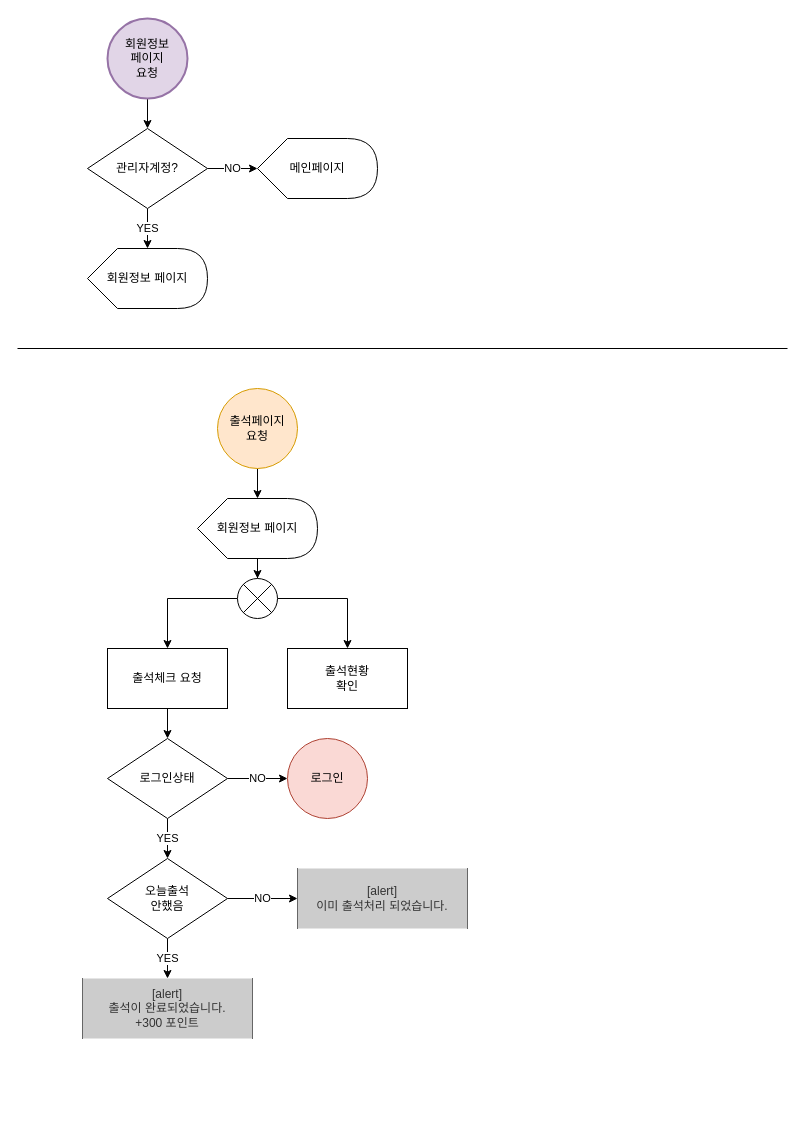
hjkim27/TEAM_Project keeps this draw.io diagram as page "회원관리/출석체크" (6 of 8) of 설계/데이터흐름도/회원 flowchart(혜진).drawio. Above is the earlier version. Source tidied: cells renumbered, new cells numbered last; positions are measured from the earlier drawing's top-left corner, leaving out a move shared by most shapes. Both pictures are drawn from the tidied source at 100%, with x=0, y=0 at pixel (17, 18).
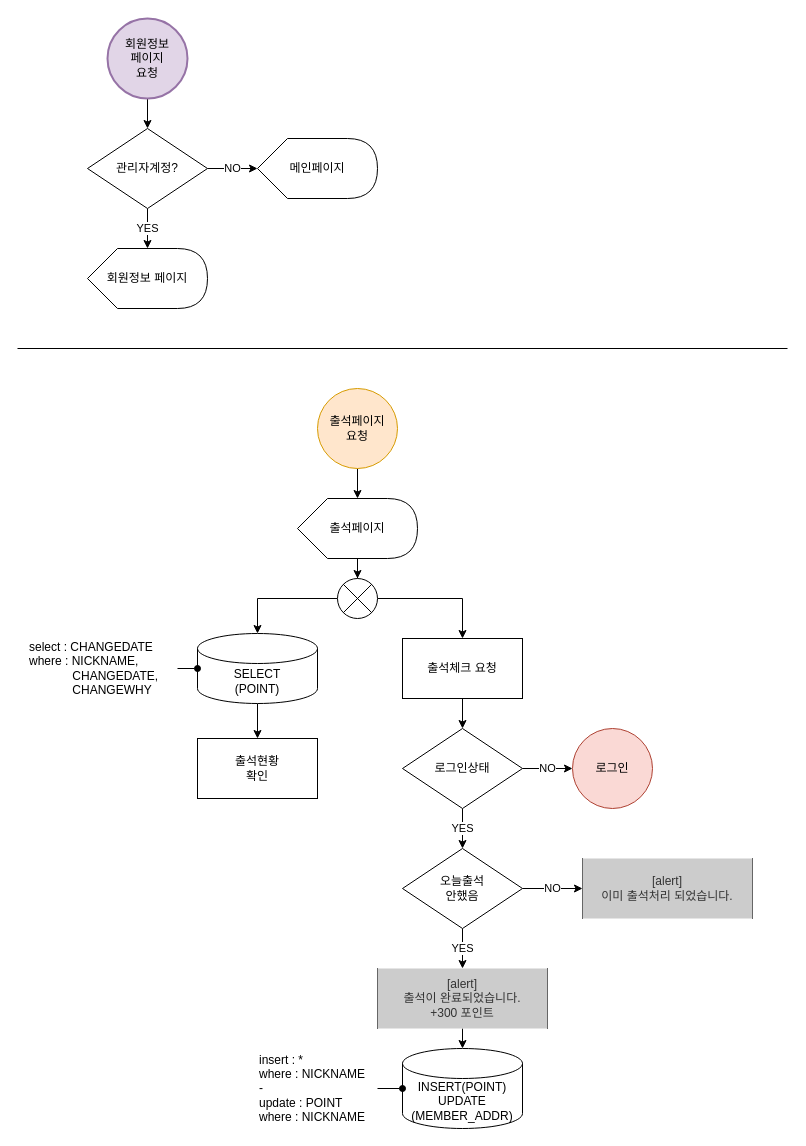
Above is the later version.

Diff of the diagram source:
```diff
@@
     <mxCell id="11" value="출석페이지&lt;br&gt;요청" style="ellipse;whiteSpace=wrap;html=1;strokeWidth=1;fillColor=#ffe6cc;align=center;strokeColor=#d79b00;" parent="1" vertex="1">
-      <mxGeometry x="200" y="370" width="80" height="80" as="geometry" />
+      <mxGeometry x="300" y="370" width="80" height="80" as="geometry" />
     </mxCell>
@@
-    <mxCell id="13" value="회원정보 페이지" style="shape=display;whiteSpace=wrap;html=1;strokeWidth=1;align=center;size=0.25;" parent="1" vertex="1">
-      <mxGeometry x="180" y="480" width="120" height="60" as="geometry" />
+    <mxCell id="13" value="출석페이지" style="shape=display;whiteSpace=wrap;html=1;strokeWidth=1;align=center;size=0.25;" parent="1" vertex="1">
+      <mxGeometry x="280" y="480" width="120" height="60" as="geometry" />
     </mxCell>
-    <mxCell id="14" style="edgeStyle=orthogonalEdgeStyle;rounded=0;jettySize=auto;html=1;exitX=0;exitY=0.5;exitDx=0;exitDy=0;exitPerimeter=0;entryX=0.5;entryY=0;entryDx=0;entryDy=0;endArrow=classic;endFill=1;" parent="1" edge="1" source="16" target="18">
+    <mxCell id="14" style="edgeStyle=orthogonalEdgeStyle;rounded=0;jettySize=auto;html=1;exitX=1;exitY=0.5;exitDx=0;exitDy=0;exitPerimeter=0;entryX=0.5;entryY=0;entryDx=0;entryDy=0;endArrow=classic;endFill=1;" parent="1" edge="1" source="16" target="18">
       <mxGeometry relative="1" as="geometry" />
     </mxCell>
-    <mxCell id="15" style="edgeStyle=orthogonalEdgeStyle;rounded=0;jettySize=auto;html=1;endArrow=classic;endFill=1;" parent="1" edge="1" source="16" target="19">
+    <mxCell id="15" style="edgeStyle=orthogonalEdgeStyle;rounded=0;jettySize=auto;html=1;endArrow=classic;endFill=1;entryX=0.5;entryY=0;entryDx=0;entryDy=0;entryPerimeter=0;" parent="1" edge="1" source="16" target="31">
       <mxGeometry relative="1" as="geometry" />
     </mxCell>
     <mxCell id="16" style="verticalLabelPosition=bottom;verticalAlign=top;html=1;shape=mxgraph.flowchart.or;strokeWidth=1;" parent="1" vertex="1">
-      <mxGeometry x="220" y="560" width="40" height="40" as="geometry" />
+      <mxGeometry x="320" y="560" width="40" height="40" as="geometry" />
     </mxCell>
@@
     <mxCell id="18" value="출석체크 요청" style="rounded=0;whiteSpace=wrap;html=1;strokeWidth=1;align=center;" parent="1" vertex="1">
-      <mxGeometry x="90" y="630" width="120" height="60" as="geometry" />
+      <mxGeometry x="385" y="620" width="120" height="60" as="geometry" />
     </mxCell>
     <mxCell id="19" value="출석현황&lt;br&gt;확인" style="whiteSpace=wrap;html=1;verticalAlign=middle;strokeWidth=1;" parent="1" vertex="1">
-      <mxGeometry x="270" y="630" width="120" height="60" as="geometry" />
+      <mxGeometry x="180" y="720" width="120" height="60" as="geometry" />
     </mxCell>
@@
     <mxCell id="22" value="로그인상태" style="rhombus;whiteSpace=wrap;html=1;rounded=0;strokeWidth=1;" parent="1" vertex="1">
-      <mxGeometry x="90" y="720" width="120" height="80" as="geometry" />
+      <mxGeometry x="385" y="710" width="120" height="80" as="geometry" />
     </mxCell>
@@
     <mxCell id="25" value="오늘출석&lt;br&gt;안했음" style="rhombus;whiteSpace=wrap;html=1;rounded=0;strokeWidth=1;" parent="1" vertex="1">
-      <mxGeometry x="90" y="840" width="120" height="80" as="geometry" />
+      <mxGeometry x="385" y="830" width="120" height="80" as="geometry" />
     </mxCell>
+    <mxCell id="29" style="edgeStyle=orthogonalEdgeStyle;rounded=0;jettySize=auto;html=1;exitX=0.5;exitY=1;exitDx=0;exitDy=0;entryX=0.5;entryY=0;entryDx=0;entryDy=0;entryPerimeter=0;endArrow=classic;endFill=1;" parent="1" edge="1" source="26" target="34">
+      <mxGeometry relative="1" as="geometry" />
+    </mxCell>
     <mxCell id="26" value="[alert]&lt;br&gt;출석이 완료되었습니다.&lt;br&gt;+300 포인트" style="shape=partialRectangle;whiteSpace=wrap;html=1;bottom=0;top=0;fillColor=#CCCCCC;align=center;strokeColor=#666666;fontColor=#333333;" parent="1" vertex="1">
-      <mxGeometry x="65" y="960" width="170" height="60" as="geometry" />
+      <mxGeometry x="360" y="950" width="170" height="60" as="geometry" />
     </mxCell>
     <mxCell id="27" value="[alert]&lt;br&gt;이미 출석처리 되었습니다." style="shape=partialRectangle;whiteSpace=wrap;html=1;bottom=0;top=0;fillColor=#CCCCCC;align=center;strokeColor=#666666;fontColor=#333333;" parent="1" vertex="1">
-      <mxGeometry x="280" y="850" width="170" height="60" as="geometry" />
+      <mxGeometry x="565" y="840" width="170" height="60" as="geometry" />
     </mxCell>
     <mxCell id="28" value="로그인" style="ellipse;whiteSpace=wrap;html=1;strokeWidth=1;align=center;fillColor=#fad9d5;strokeColor=#ae4132;" parent="1" vertex="1">
-      <mxGeometry x="270" y="720" width="80" height="80" as="geometry" />
+      <mxGeometry x="555" y="710" width="80" height="80" as="geometry" />
     </mxCell>
+    <mxCell id="30" style="edgeStyle=orthogonalEdgeStyle;rounded=0;jettySize=auto;html=1;exitX=0.5;exitY=1;exitDx=0;exitDy=0;exitPerimeter=0;entryX=0.5;entryY=0;entryDx=0;entryDy=0;endArrow=classic;endFill=1;" parent="1" edge="1" source="31" target="19">
+      <mxGeometry relative="1" as="geometry" />
+    </mxCell>
+    <mxCell id="31" value="SELECT&lt;br&gt;(POINT)" style="shape=cylinder3;whiteSpace=wrap;html=1;boundedLbl=1;backgroundOutline=1;size=15;strokeWidth=1;align=center;verticalAlign=middle;" parent="1" vertex="1">
+      <mxGeometry x="180" y="615" width="120" height="70" as="geometry" />
+    </mxCell>
+    <mxCell id="32" style="edgeStyle=orthogonalEdgeStyle;rounded=0;jettySize=auto;html=1;exitX=1;exitY=0.5;exitDx=0;exitDy=0;entryX=0;entryY=0.5;entryDx=0;entryDy=0;entryPerimeter=0;endArrow=oval;endFill=1;" parent="1" edge="1" source="33" target="31">
+      <mxGeometry relative="1" as="geometry" />
+    </mxCell>
+    <mxCell id="33" value="select : CHANGEDATE&lt;br&gt;where : NICKNAME,&amp;nbsp;&lt;br&gt;&lt;span style=&quot;white-space: pre&quot;&gt;&#9;&lt;/span&gt;&amp;nbsp; &amp;nbsp; &amp;nbsp;CHANGEDATE,&lt;br&gt;&lt;span style=&quot;white-space: pre&quot;&gt;&#9;&lt;/span&gt;&amp;nbsp; &amp;nbsp; &amp;nbsp;CHANGEWHY" style="text;html=1;strokeColor=none;fillColor=none;align=left;verticalAlign=middle;whiteSpace=wrap;rounded=0;" parent="1" vertex="1">
+      <mxGeometry x="10" y="625" width="150" height="50" as="geometry" />
+    </mxCell>
+    <mxCell id="34" value="INSERT(POINT)&lt;br&gt;UPDATE&lt;br&gt;(MEMBER_ADDR)" style="shape=cylinder3;whiteSpace=wrap;html=1;boundedLbl=1;backgroundOutline=1;size=15;strokeWidth=1;align=center;verticalAlign=middle;" parent="1" vertex="1">
+      <mxGeometry x="385" y="1030" width="120" height="80" as="geometry" />
+    </mxCell>
+    <mxCell id="35" style="edgeStyle=orthogonalEdgeStyle;rounded=0;jettySize=auto;html=1;exitX=1;exitY=0.5;exitDx=0;exitDy=0;endArrow=oval;endFill=1;" parent="1" edge="1" source="36" target="34">
+      <mxGeometry relative="1" as="geometry" />
+    </mxCell>
+    <mxCell id="36" value="insert : *&lt;br&gt;where : NICKNAME&lt;br&gt;-&lt;br&gt;update : POINT&lt;br&gt;where : NICKNAME" style="text;html=1;strokeColor=none;fillColor=none;align=left;verticalAlign=middle;whiteSpace=wrap;rounded=0;" parent="1" vertex="1">
+      <mxGeometry x="240" y="1030" width="120" height="80" as="geometry" />
+    </mxCell>
```
